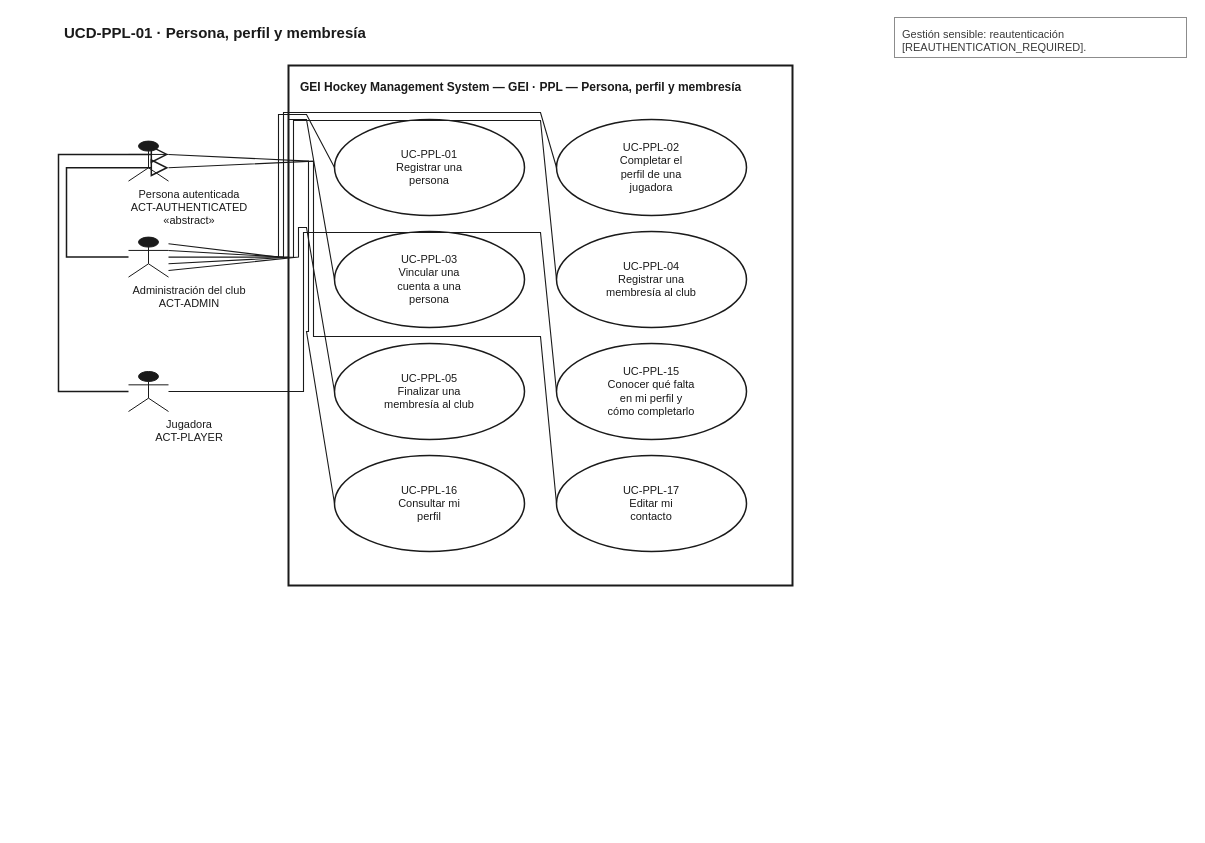
Earlier version of the draw.io diagram docs/uml/use-cases/source-v1_1/UCD-PPL-01__GEI_Person_Profile_Membership.drawio (xeyroxpagode/Cluber). Source tidied: cells renumbered, new cells numbered last; positions are measured from the earlier drawing's top-left corner, leaving out a move shared by most shapes. Both pictures are drawn from the tidied source at 100%, with x=0, y=0 at pixel (58, 17).
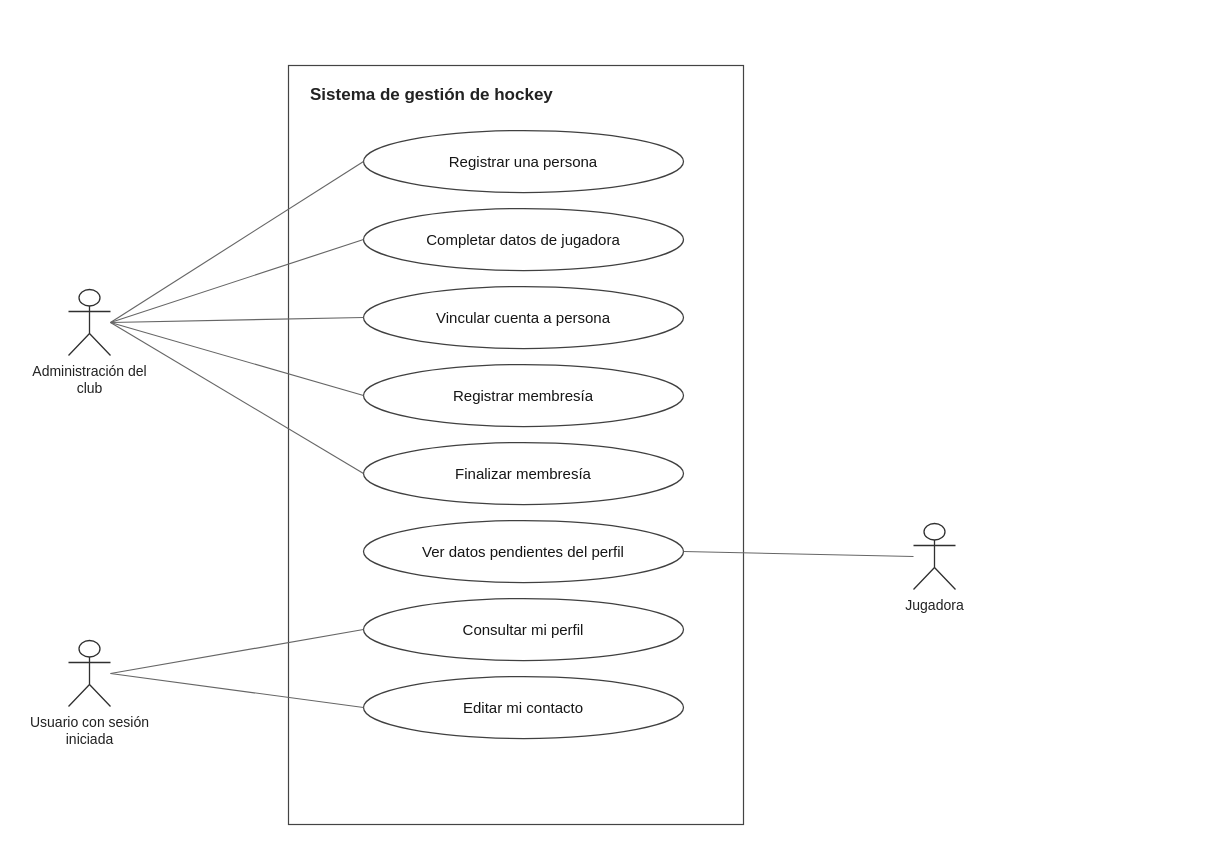
The same page after the edit.

What changed in the source:
```diff
@@
-<mxGraphModel>
+<mxGraphModel background="#FFFFFF">
@@
-    <mxCell id="2" value="UCD-PPL-01 · Persona, perfil y membresía" style="text;html=1;strokeColor=none;fillColor=none;align=left;verticalAlign=middle;fontFamily=Helvetica;fontSize=15;fontStyle=1;fontColor=#1A1A1A;" parent="1" vertex="1">
-      <mxGeometry x="4" y="2" width="800" height="26" as="geometry" />
-    </mxCell>
-    <mxCell id="3" value="GEI Hockey Management System — GEI · PPL — Persona, perfil y membresía" style="rounded=0;whiteSpace=wrap;html=1;fillColor=#FFFFFF;strokeColor=#1A1A1A;strokeWidth=2;verticalAlign=top;align=left;spacingLeft=10;spacingTop=8;fontFamily=Helvetica;fontSize=12;fontStyle=1;fontColor=#1A1A1A;" parent="1" vertex="1">
-      <mxGeometry x="230" y="48" width="504" height="520" as="geometry" />
+    <mxCell id="3" value="Sistema de gestión de hockey" style="rounded=0;whiteSpace=wrap;html=1;fillColor=#FFFFFF;strokeColor=#444444;strokeWidth=1.2;fontStyle=1;fontSize=17;fontColor=#222222;align=left;verticalAlign=top;spacingLeft=20;spacingTop=13;" parent="1" vertex="1">
+      <mxGeometry x="230" y="48" width="455" height="759" as="geometry" />
     </mxCell>
-    <mxCell id="4" value="UC-PPL-01&lt;br&gt;Registrar una&lt;br&gt;persona" style="ellipse;whiteSpace=wrap;html=1;fillColor=#FFFFFF;strokeColor=#1A1A1A;strokeWidth=1.5;fontFamily=Helvetica;fontSize=11;fontColor=#1A1A1A;align=center;verticalAlign=middle;" parent="1" vertex="1">
-      <mxGeometry x="276" y="102" width="190" height="96" as="geometry" />
-    </mxCell>
-    <mxCell id="5" value="UC-PPL-02&lt;br&gt;Completar el&lt;br&gt;perfil de una&lt;br&gt;jugadora" style="ellipse;whiteSpace=wrap;html=1;fillColor=#FFFFFF;strokeColor=#1A1A1A;strokeWidth=1.5;fontFamily=Helvetica;fontSize=11;fontColor=#1A1A1A;align=center;verticalAlign=middle;" parent="1" vertex="1">
-      <mxGeometry x="498" y="102" width="190" height="96" as="geometry" />
-    </mxCell>
-    <mxCell id="6" value="UC-PPL-03&lt;br&gt;Vincular una&lt;br&gt;cuenta a una&lt;br&gt;persona" style="ellipse;whiteSpace=wrap;html=1;fillColor=#FFFFFF;strokeColor=#1A1A1A;strokeWidth=1.5;fontFamily=Helvetica;fontSize=11;fontColor=#1A1A1A;align=center;verticalAlign=middle;" parent="1" vertex="1">
-      <mxGeometry x="276" y="214" width="190" height="96" as="geometry" />
-    </mxCell>
-    <mxCell id="7" value="UC-PPL-04&lt;br&gt;Registrar una&lt;br&gt;membresía al club" style="ellipse;whiteSpace=wrap;html=1;fillColor=#FFFFFF;strokeColor=#1A1A1A;strokeWidth=1.5;fontFamily=Helvetica;fontSize=11;fontColor=#1A1A1A;align=center;verticalAlign=middle;" parent="1" vertex="1">
-      <mxGeometry x="498" y="214" width="190" height="96" as="geometry" />
-    </mxCell>
-    <mxCell id="8" value="UC-PPL-05&lt;br&gt;Finalizar una&lt;br&gt;membresía al club" style="ellipse;whiteSpace=wrap;html=1;fillColor=#FFFFFF;strokeColor=#1A1A1A;strokeWidth=1.5;fontFamily=Helvetica;fontSize=11;fontColor=#1A1A1A;align=center;verticalAlign=middle;" parent="1" vertex="1">
-      <mxGeometry x="276" y="326" width="190" height="96" as="geometry" />
-    </mxCell>
-    <mxCell id="9" value="UC-PPL-15&lt;br&gt;Conocer qué falta&lt;br&gt;en mi perfil y&lt;br&gt;cómo completarlo" style="ellipse;whiteSpace=wrap;html=1;fillColor=#FFFFFF;strokeColor=#1A1A1A;strokeWidth=1.5;fontFamily=Helvetica;fontSize=11;fontColor=#1A1A1A;align=center;verticalAlign=middle;" parent="1" vertex="1">
-      <mxGeometry x="498" y="326" width="190" height="96" as="geometry" />
-    </mxCell>
-    <mxCell id="10" value="UC-PPL-16&lt;br&gt;Consultar mi&lt;br&gt;perfil" style="ellipse;whiteSpace=wrap;html=1;fillColor=#FFFFFF;strokeColor=#1A1A1A;strokeWidth=1.5;fontFamily=Helvetica;fontSize=11;fontColor=#1A1A1A;align=center;verticalAlign=middle;" parent="1" vertex="1">
-      <mxGeometry x="276" y="438" width="190" height="96" as="geometry" />
-    </mxCell>
-    <mxCell id="11" value="UC-PPL-17&lt;br&gt;Editar mi&lt;br&gt;contacto" style="ellipse;whiteSpace=wrap;html=1;fillColor=#FFFFFF;strokeColor=#1A1A1A;strokeWidth=1.5;fontFamily=Helvetica;fontSize=11;fontColor=#1A1A1A;align=center;verticalAlign=middle;" parent="1" vertex="1">
-      <mxGeometry x="498" y="438" width="190" height="96" as="geometry" />
-    </mxCell>
-    <mxCell id="12" style="shape=umlActor;html=1;verticalLabelPosition=bottom;verticalAlign=top;align=center;labelBackgroundColor=#FFFFFF;fontFamily=Helvetica;fontSize=11;fontColor=#1A1A1A;strokeColor=#1A1A1A;fillColor=#1A1A1A;" parent="1" vertex="1">
-      <mxGeometry x="70" y="123.6" width="40" height="40" as="geometry" />
-    </mxCell>
-    <mxCell id="13" value="Persona autenticada&lt;br&gt;ACT-AUTHENTICATED&lt;br&gt;«abstract»" style="text;html=1;strokeColor=none;fillColor=none;align=center;verticalAlign=top;fontFamily=Helvetica;fontSize=11;fontColor=#1A1A1A;whiteSpace=wrap;" parent="1" vertex="1">
-      <mxGeometry x="46" y="163.6" width="170" height="42" as="geometry" />
-    </mxCell>
-    <mxCell id="14" style="shape=umlActor;html=1;verticalLabelPosition=bottom;verticalAlign=top;align=center;labelBackgroundColor=#FFFFFF;fontFamily=Helvetica;fontSize=11;fontColor=#1A1A1A;strokeColor=#1A1A1A;fillColor=#1A1A1A;" parent="1" vertex="1">
-      <mxGeometry x="70" y="219.6" width="40" height="40" as="geometry" />
-    </mxCell>
-    <mxCell id="15" value="Administración del club&lt;br&gt;ACT-ADMIN" style="text;html=1;strokeColor=none;fillColor=none;align=center;verticalAlign=top;fontFamily=Helvetica;fontSize=11;fontColor=#1A1A1A;whiteSpace=wrap;" parent="1" vertex="1">
-      <mxGeometry x="46" y="259.6" width="170" height="28" as="geometry" />
-    </mxCell>
-    <mxCell id="16" style="shape=umlActor;html=1;verticalLabelPosition=bottom;verticalAlign=top;align=center;labelBackgroundColor=#FFFFFF;fontFamily=Helvetica;fontSize=11;fontColor=#1A1A1A;strokeColor=#1A1A1A;fillColor=#1A1A1A;" parent="1" vertex="1">
-      <mxGeometry x="70" y="354" width="40" height="40" as="geometry" />
-    </mxCell>
-    <mxCell id="17" value="Jugadora&lt;br&gt;ACT-PLAYER" style="text;html=1;strokeColor=none;fillColor=none;align=center;verticalAlign=top;fontFamily=Helvetica;fontSize=11;fontColor=#1A1A1A;whiteSpace=wrap;" parent="1" vertex="1">
-      <mxGeometry x="46" y="394" width="170" height="28" as="geometry" />
-    </mxCell>
-    <mxCell id="18" value="Gestión sensible: reautenticación&lt;br&gt;[REAUTHENTICATION_REQUIRED]." style="rounded=0;whiteSpace=wrap;html=1;fillColor=#FFFFFF;strokeColor=#8C8C8C;strokeWidth=1;align=left;verticalAlign=top;spacingLeft=6;spacingTop=4;fontFamily=Helvetica;fontSize=11;fontColor=#3A3A3A;" parent="1" vertex="1">
-      <mxGeometry x="836" width="292" height="40" as="geometry" />
-    </mxCell>
-    <mxCell id="19" style="endArrow=block;endFill=0;endSize=14;html=1;rounded=0;strokeColor=#1A1A1A;strokeWidth=1.5;exitX=0;exitY=0.5;exitDx=0;exitDy=0;entryX=1;entryY=0.3333;entryDx=0;entryDy=0;" parent="1" edge="1" source="16" target="12">
-      <mxGeometry relative="1" as="geometry">
-        <Array as="points">
-          <mxPoint y="374" />
-          <mxPoint y="136.9" />
-        </Array>
-      </mxGeometry>
-    </mxCell>
-    <mxCell id="20" style="endArrow=block;endFill=0;endSize=14;html=1;rounded=0;strokeColor=#1A1A1A;strokeWidth=1.5;exitX=0;exitY=0.5;exitDx=0;exitDy=0;entryX=1;entryY=0.6667;entryDx=0;entryDy=0;" parent="1" edge="1" source="14" target="12">
-      <mxGeometry relative="1" as="geometry">
-        <Array as="points">
-          <mxPoint x="8" y="239.6" />
-          <mxPoint x="8" y="150.3" />
-        </Array>
-      </mxGeometry>
-    </mxCell>
-    <mxCell id="21" style="endArrow=none;html=1;rounded=0;strokeColor=#1A1A1A;strokeWidth=1.1;exitX=1;exitY=0.16666666666666666;exitDx=0;exitDy=0;entryX=0;entryY=0.5;entryDx=0;entryDy=0;" parent="1" edge="1" source="14" target="4">
-      <mxGeometry relative="1" as="geometry">
-        <Array as="points">
-          <mxPoint x="220" y="239.6" />
-          <mxPoint x="220" y="97" />
-          <mxPoint x="248" y="97" />
-          <mxPoint x="276" y="150" />
-        </Array>
-      </mxGeometry>
-    </mxCell>
-    <mxCell id="22" style="endArrow=none;html=1;rounded=0;strokeColor=#1A1A1A;strokeWidth=1.1;exitX=1;exitY=0.3333333333333333;exitDx=0;exitDy=0;entryX=0;entryY=0.5;entryDx=0;entryDy=0;" parent="1" edge="1" source="14" target="5">
-      <mxGeometry relative="1" as="geometry">
-        <Array as="points">
-          <mxPoint x="225" y="239.6" />
-          <mxPoint x="225" y="95" />
-          <mxPoint x="482" y="95" />
-          <mxPoint x="498" y="150" />
-        </Array>
-      </mxGeometry>
-    </mxCell>
-    <mxCell id="23" style="endArrow=none;html=1;rounded=0;strokeColor=#1A1A1A;strokeWidth=1.1;exitX=1;exitY=0.5;exitDx=0;exitDy=0;entryX=0;entryY=0.5;entryDx=0;entryDy=0;" parent="1" edge="1" source="14" target="6">
-      <mxGeometry relative="1" as="geometry">
-        <Array as="points">
-          <mxPoint x="230" y="239.6" />
-          <mxPoint x="230" y="102" />
-          <mxPoint x="248" y="102" />
-          <mxPoint x="276" y="262" />
-        </Array>
-      </mxGeometry>
-    </mxCell>
-    <mxCell id="24" style="endArrow=none;html=1;rounded=0;strokeColor=#1A1A1A;strokeWidth=1.1;exitX=1;exitY=0.6666666666666666;exitDx=0;exitDy=0;entryX=0;entryY=0.5;entryDx=0;entryDy=0;" parent="1" edge="1" source="14" target="7">
-      <mxGeometry relative="1" as="geometry">
-        <Array as="points">
-          <mxPoint x="235" y="239.6" />
-          <mxPoint x="235" y="103" />
-          <mxPoint x="482" y="103" />
-          <mxPoint x="498" y="262" />
-        </Array>
-      </mxGeometry>
-    </mxCell>
-    <mxCell id="25" style="endArrow=none;html=1;rounded=0;strokeColor=#1A1A1A;strokeWidth=1.1;exitX=1;exitY=0.8333333333333334;exitDx=0;exitDy=0;entryX=0;entryY=0.5;entryDx=0;entryDy=0;" parent="1" edge="1" source="14" target="8">
-      <mxGeometry relative="1" as="geometry">
-        <Array as="points">
-          <mxPoint x="240" y="239.6" />
-          <mxPoint x="240" y="210" />
-          <mxPoint x="248" y="210" />
-          <mxPoint x="276" y="374" />
-        </Array>
-      </mxGeometry>
-    </mxCell>
-    <mxCell id="26" style="endArrow=none;html=1;rounded=0;strokeColor=#1A1A1A;strokeWidth=1.1;exitX=1;exitY=0.5;exitDx=0;exitDy=0;entryX=0;entryY=0.5;entryDx=0;entryDy=0;" parent="1" edge="1" source="16" target="9">
-      <mxGeometry relative="1" as="geometry">
-        <Array as="points">
-          <mxPoint x="245" y="374" />
-          <mxPoint x="245" y="215" />
-          <mxPoint x="482" y="215" />
-          <mxPoint x="498" y="374" />
-        </Array>
-      </mxGeometry>
-    </mxCell>
-    <mxCell id="27" style="endArrow=none;html=1;rounded=0;strokeColor=#1A1A1A;strokeWidth=1.1;exitX=1;exitY=0.3333333333333333;exitDx=0;exitDy=0;entryX=0;entryY=0.5;entryDx=0;entryDy=0;" parent="1" edge="1" source="12" target="10">
-      <mxGeometry relative="1" as="geometry">
-        <Array as="points">
-          <mxPoint x="250" y="143.6" />
-          <mxPoint x="250" y="314" />
-          <mxPoint x="248" y="314" />
-          <mxPoint x="276" y="486" />
-        </Array>
-      </mxGeometry>
-    </mxCell>
-    <mxCell id="28" style="endArrow=none;html=1;rounded=0;strokeColor=#1A1A1A;strokeWidth=1.1;exitX=1;exitY=0.6666666666666666;exitDx=0;exitDy=0;entryX=0;entryY=0.5;entryDx=0;entryDy=0;" parent="1" edge="1" source="12" target="11">
-      <mxGeometry relative="1" as="geometry">
-        <Array as="points">
-          <mxPoint x="255" y="143.6" />
-          <mxPoint x="255" y="319" />
-          <mxPoint x="482" y="319" />
-          <mxPoint x="498" y="486" />
-        </Array>
-      </mxGeometry>
-    </mxCell>
+    <mxCell id="29" value="Registrar una persona" style="ellipse;html=1;whiteSpace=wrap;fillColor=#FFFFFF;strokeColor=#404040;strokeWidth=1.25;fontColor=#161616;fontSize=15;align=center;verticalAlign=middle;spacing=10;" parent="1" vertex="1">
+      <mxGeometry x="305" y="113" width="320" height="62" as="geometry" />
+    </mxCell>
+    <mxCell id="30" value="Completar datos de jugadora" style="ellipse;html=1;whiteSpace=wrap;fillColor=#FFFFFF;strokeColor=#404040;strokeWidth=1.25;fontColor=#161616;fontSize=15;align=center;verticalAlign=middle;spacing=10;" parent="1" vertex="1">
+      <mxGeometry x="305" y="191" width="320" height="62" as="geometry" />
+    </mxCell>
+    <mxCell id="31" value="Vincular cuenta a persona" style="ellipse;html=1;whiteSpace=wrap;fillColor=#FFFFFF;strokeColor=#404040;strokeWidth=1.25;fontColor=#161616;fontSize=15;align=center;verticalAlign=middle;spacing=10;" parent="1" vertex="1">
+      <mxGeometry x="305" y="269" width="320" height="62" as="geometry" />
+    </mxCell>
+    <mxCell id="32" value="Registrar membresía" style="ellipse;html=1;whiteSpace=wrap;fillColor=#FFFFFF;strokeColor=#404040;strokeWidth=1.25;fontColor=#161616;fontSize=15;align=center;verticalAlign=middle;spacing=10;" parent="1" vertex="1">
+      <mxGeometry x="305" y="347" width="320" height="62" as="geometry" />
+    </mxCell>
+    <mxCell id="33" value="Finalizar membresía" style="ellipse;html=1;whiteSpace=wrap;fillColor=#FFFFFF;strokeColor=#404040;strokeWidth=1.25;fontColor=#161616;fontSize=15;align=center;verticalAlign=middle;spacing=10;" parent="1" vertex="1">
+      <mxGeometry x="305" y="425" width="320" height="62" as="geometry" />
+    </mxCell>
+    <mxCell id="34" value="Ver datos pendientes del perfil" style="ellipse;html=1;whiteSpace=wrap;fillColor=#FFFFFF;strokeColor=#404040;strokeWidth=1.25;fontColor=#161616;fontSize=15;align=center;verticalAlign=middle;spacing=10;" parent="1" vertex="1">
+      <mxGeometry x="305" y="503" width="320" height="62" as="geometry" />
+    </mxCell>
+    <mxCell id="35" value="Consultar mi perfil" style="ellipse;html=1;whiteSpace=wrap;fillColor=#FFFFFF;strokeColor=#404040;strokeWidth=1.25;fontColor=#161616;fontSize=15;align=center;verticalAlign=middle;spacing=10;" parent="1" vertex="1">
+      <mxGeometry x="305" y="581" width="320" height="62" as="geometry" />
+    </mxCell>
+    <mxCell id="36" value="Editar mi contacto" style="ellipse;html=1;whiteSpace=wrap;fillColor=#FFFFFF;strokeColor=#404040;strokeWidth=1.25;fontColor=#161616;fontSize=15;align=center;verticalAlign=middle;spacing=10;" parent="1" vertex="1">
+      <mxGeometry x="305" y="659" width="320" height="62" as="geometry" />
+    </mxCell>
+    <mxCell id="37" style="shape=umlActor;html=1;strokeColor=#303030;strokeWidth=1.3;fillColor=#FFFFFF;" parent="1" vertex="1">
+      <mxGeometry x="10" y="272" width="42" height="66" as="geometry" />
+    </mxCell>
+    <mxCell id="38" value="Administración del club" style="text;html=1;whiteSpace=wrap;align=center;verticalAlign=top;fontSize=14;fontColor=#222222;fillColor=none;strokeColor=none;" parent="1" vertex="1">
+      <mxGeometry x="-41" y="339" width="145" height="44" as="geometry" />
+    </mxCell>
+    <mxCell id="39" style="shape=umlActor;html=1;strokeColor=#303030;strokeWidth=1.3;fillColor=#FFFFFF;" parent="1" vertex="1">
+      <mxGeometry x="855" y="506" width="42" height="66" as="geometry" />
+    </mxCell>
+    <mxCell id="40" value="Jugadora" style="text;html=1;whiteSpace=wrap;align=center;verticalAlign=top;fontSize=14;fontColor=#222222;fillColor=none;strokeColor=none;" parent="1" vertex="1">
+      <mxGeometry x="804" y="573" width="145" height="44" as="geometry" />
+    </mxCell>
+    <mxCell id="41" style="shape=umlActor;html=1;strokeColor=#303030;strokeWidth=1.3;fillColor=#FFFFFF;" parent="1" vertex="1">
+      <mxGeometry x="10" y="623" width="42" height="66" as="geometry" />
+    </mxCell>
+    <mxCell id="42" value="Usuario con sesión iniciada" style="text;html=1;whiteSpace=wrap;align=center;verticalAlign=top;fontSize=14;fontColor=#222222;fillColor=none;strokeColor=none;" parent="1" vertex="1">
+      <mxGeometry x="-41" y="690" width="145" height="44" as="geometry" />
+    </mxCell>
+    <mxCell id="43" style="endArrow=none;startArrow=none;html=1;strokeColor=#666666;strokeWidth=1.15;rounded=0;edgeStyle=none;exitX=1;exitY=0.5;entryX=0;entryY=0.5;" parent="1" edge="1" source="37" target="29">
+      <mxGeometry relative="1" as="geometry" />
+    </mxCell>
+    <mxCell id="44" style="endArrow=none;startArrow=none;html=1;strokeColor=#666666;strokeWidth=1.15;rounded=0;edgeStyle=none;exitX=1;exitY=0.5;entryX=0;entryY=0.5;" parent="1" edge="1" source="37" target="30">
+      <mxGeometry relative="1" as="geometry" />
+    </mxCell>
+    <mxCell id="45" style="endArrow=none;startArrow=none;html=1;strokeColor=#666666;strokeWidth=1.15;rounded=0;edgeStyle=none;exitX=1;exitY=0.5;entryX=0;entryY=0.5;" parent="1" edge="1" source="37" target="31">
+      <mxGeometry relative="1" as="geometry" />
+    </mxCell>
+    <mxCell id="46" style="endArrow=none;startArrow=none;html=1;strokeColor=#666666;strokeWidth=1.15;rounded=0;edgeStyle=none;exitX=1;exitY=0.5;entryX=0;entryY=0.5;" parent="1" edge="1" source="37" target="32">
+      <mxGeometry relative="1" as="geometry" />
+    </mxCell>
+    <mxCell id="47" style="endArrow=none;startArrow=none;html=1;strokeColor=#666666;strokeWidth=1.15;rounded=0;edgeStyle=none;exitX=1;exitY=0.5;entryX=0;entryY=0.5;" parent="1" edge="1" source="37" target="33">
+      <mxGeometry relative="1" as="geometry" />
+    </mxCell>
+    <mxCell id="48" style="endArrow=none;startArrow=none;html=1;strokeColor=#666666;strokeWidth=1.15;rounded=0;edgeStyle=none;exitX=0;exitY=0.5;entryX=1;entryY=0.5;" parent="1" edge="1" source="39" target="34">
+      <mxGeometry relative="1" as="geometry" />
+    </mxCell>
+    <mxCell id="49" style="endArrow=none;startArrow=none;html=1;strokeColor=#666666;strokeWidth=1.15;rounded=0;edgeStyle=none;exitX=1;exitY=0.5;entryX=0;entryY=0.5;" parent="1" edge="1" source="41" target="35">
+      <mxGeometry relative="1" as="geometry" />
+    </mxCell>
+    <mxCell id="50" style="endArrow=none;startArrow=none;html=1;strokeColor=#666666;strokeWidth=1.15;rounded=0;edgeStyle=none;exitX=1;exitY=0.5;entryX=0;entryY=0.5;" parent="1" edge="1" source="41" target="36">
+      <mxGeometry relative="1" as="geometry" />
+    </mxCell>
```
